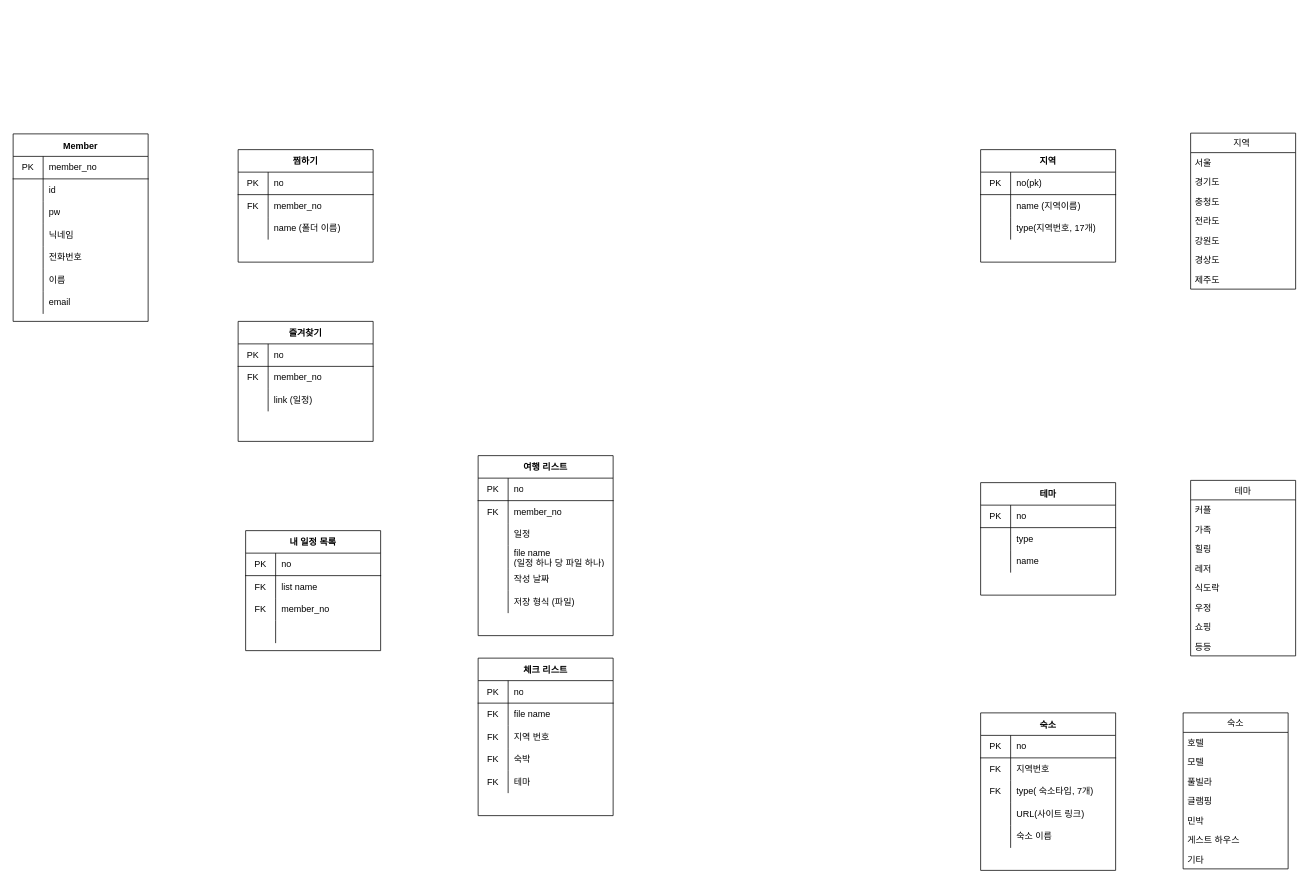
shienka07/DB_study keeps this draw.io diagram as page "Page-1" (1 of 2) of Day_04/최종.drawio. Above is the earlier version. Source tidied: cells renumbered, new cells numbered last; positions are measured from the earlier drawing's top-left corner, leaving out a move shared by most shapes. Both pictures are drawn from the tidied source at 75%, with x=0, y=0 at pixel (13, 133).
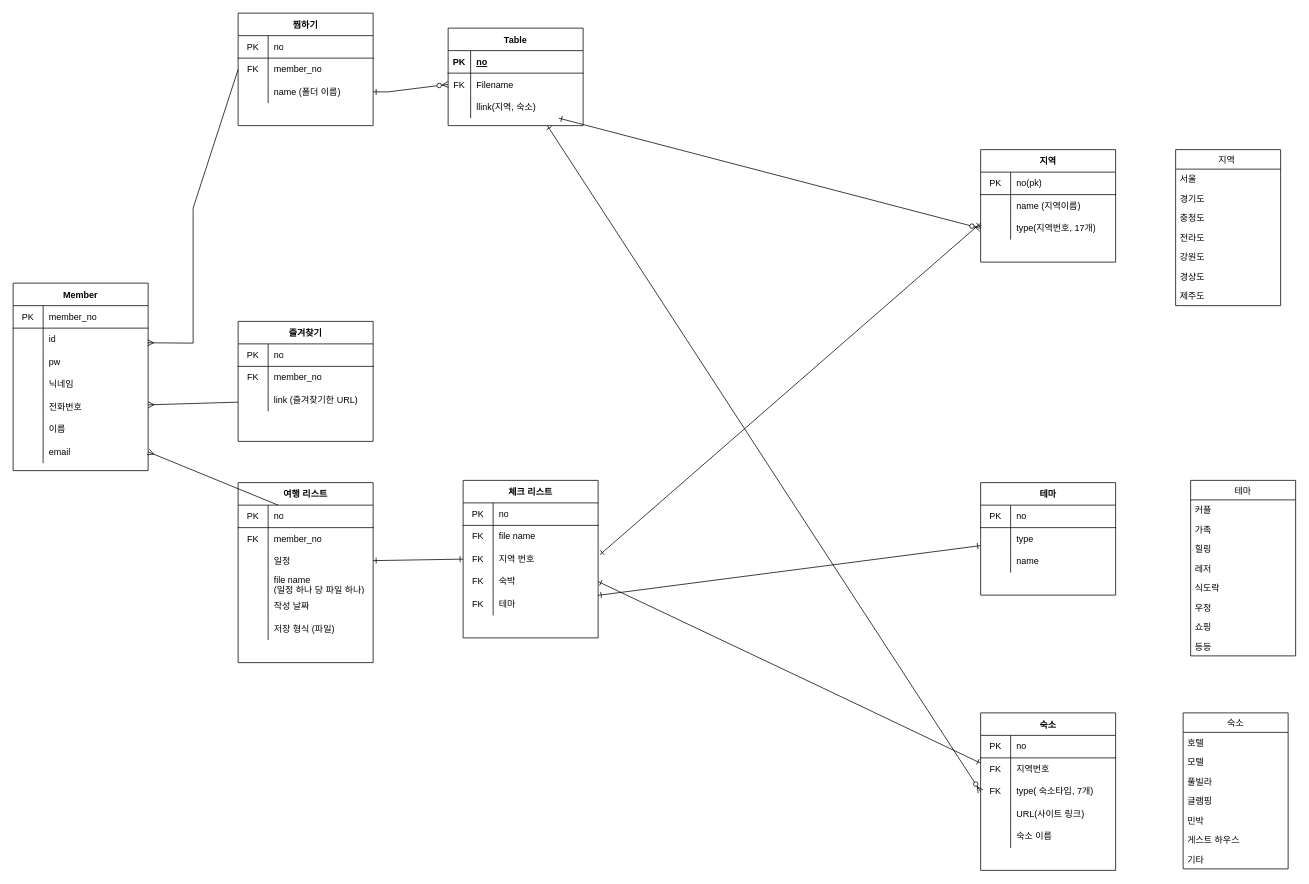
Above is the later version.

Unchanged cells that the change refers to:
```xml
<mxCell id="31" style="shape=partialRectangle;html=1;whiteSpace=wrap;fillColor=none;top=0;left=0;bottom=0;right=0;points=[[0,0.5],[1,0.5]];portConstraint=eastwest;" parent="27" vertex="1">
  <mxGeometry y="60" width="180" height="30" as="geometry" />
</mxCell>
<mxCell id="40" style="shape=partialRectangle;html=1;whiteSpace=wrap;fillColor=none;top=0;left=0;bottom=0;right=0;points=[[0,0.5],[1,0.5]];portConstraint=eastwest;" parent="27" vertex="1">
  <mxGeometry y="150" width="180" height="30" as="geometry" />
</mxCell>
<mxCell id="46" style="shape=partialRectangle;html=1;whiteSpace=wrap;fillColor=none;top=0;left=0;bottom=0;right=0;points=[[0,0.5],[1,0.5]];portConstraint=eastwest;" parent="27" vertex="1">
  <mxGeometry y="210" width="180" height="30" as="geometry" />
</mxCell>
<mxCell id="56" style="shape=partialRectangle;html=1;whiteSpace=wrap;fillColor=none;top=0;left=0;bottom=0;right=0;points=[[0,0.5],[1,0.5]];portConstraint=eastwest;" parent="49" vertex="1">
  <mxGeometry y="90" width="180" height="30" as="geometry" />
</mxCell>
<mxCell id="63" style="shape=partialRectangle;html=1;whiteSpace=wrap;fillColor=none;top=0;left=0;bottom=0;right=0;points=[[0,0.5],[1,0.5]];portConstraint=eastwest;" parent="59" vertex="1">
  <mxGeometry y="60" width="180" height="30" as="geometry" />
</mxCell>
<mxCell id="73" style="shape=partialRectangle;html=1;whiteSpace=wrap;fillColor=none;top=0;left=0;bottom=0;right=0;points=[[0,0.5],[1,0.5]];portConstraint=eastwest;" parent="69" vertex="1">
  <mxGeometry y="60" width="180" height="30" as="geometry" />
</mxCell>
<mxCell id="76" style="shape=partialRectangle;html=1;whiteSpace=wrap;fillColor=none;top=0;left=0;bottom=0;right=0;points=[[0,0.5],[1,0.5]];portConstraint=eastwest;" parent="69" vertex="1">
  <mxGeometry y="90" width="180" height="30" as="geometry" />
</mxCell>
<mxCell id="92" style="shape=partialRectangle;html=1;whiteSpace=wrap;fillColor=none;top=0;left=0;bottom=0;right=0;points=[[0,0.5],[1,0.5]];portConstraint=eastwest;" parent="85" vertex="1">
  <mxGeometry y="90" width="180" height="30" as="geometry" />
</mxCell>
<mxCell id="99" style="shape=partialRectangle;html=1;whiteSpace=wrap;fillColor=none;top=0;left=0;bottom=0;right=0;points=[[0,0.5],[1,0.5]];portConstraint=eastwest;" parent="95" vertex="1">
  <mxGeometry y="60" width="180" height="30" as="geometry" />
</mxCell>
<mxCell id="102" style="shape=partialRectangle;html=1;whiteSpace=wrap;fillColor=none;top=0;left=0;bottom=0;right=0;points=[[0,0.5],[1,0.5]];portConstraint=eastwest;" parent="95" vertex="1">
  <mxGeometry y="90" width="180" height="30" as="geometry" />
</mxCell>
<mxCell id="106" style="shape=partialRectangle;html=1;whiteSpace=wrap;fillColor=none;top=0;left=0;bottom=1;right=0;points=[[0,0.5],[1,0.5]];portConstraint=eastwest;" parent="105" vertex="1">
  <mxGeometry y="30" width="180" height="30" as="geometry" />
</mxCell>
<mxCell id="144" style="shape=partialRectangle;html=1;whiteSpace=wrap;fillColor=none;top=0;left=0;bottom=0;right=0;points=[[0,0.5],[1,0.5]];portConstraint=eastwest;" parent="137" vertex="1">
  <mxGeometry y="90" width="180" height="30" as="geometry" />
</mxCell>
<mxCell id="147" style="shape=partialRectangle;html=1;whiteSpace=wrap;fillColor=none;top=0;left=0;bottom=0;right=0;points=[[0,0.5],[1,0.5]];portConstraint=eastwest;" parent="137" vertex="1">
  <mxGeometry y="120" width="180" height="30" as="geometry" />
</mxCell>
<mxCell id="150" style="shape=partialRectangle;html=1;whiteSpace=wrap;fillColor=none;top=0;left=0;bottom=0;right=0;points=[[0,0.5],[1,0.5]];portConstraint=eastwest;" parent="137" vertex="1">
  <mxGeometry y="150" width="180" height="30" as="geometry" />
</mxCell>
```

What changed in the source:
```diff
@@
     <mxCell id="2" value="지역 " style="swimlane;fontStyle=0;horizontal=1;startSize=26;" parent="1" vertex="1">
-      <mxGeometry x="1570" width="140" height="208" as="geometry" />
+      <mxGeometry x="1550" y="22" width="140" height="208" as="geometry" />
     </mxCell>
@@
     <mxCell id="27" value="Member" style="shape=table;startSize=30;childLayout=tableLayout;rowLines=0;fontStyle=1;align=center;" parent="1" vertex="1">
-      <mxGeometry y="1" width="180" height="250" as="geometry" />
+      <mxGeometry y="200" width="180" height="250" as="geometry" />
     </mxCell>
@@
-    <mxCell id="94" value="link (일정)" style="shape=partialRectangle;html=1;whiteSpace=wrap;fillColor=none;top=0;left=0;bottom=0;right=0;align=left;spacingLeft=6;overflow=hidden;" parent="92" vertex="1">
+    <mxCell id="94" value="link (즐겨찾기한 URL)" style="shape=partialRectangle;html=1;whiteSpace=wrap;fillColor=none;top=0;left=0;bottom=0;right=0;align=left;spacingLeft=6;overflow=hidden;" parent="92" vertex="1">
       <mxGeometry x="40" width="140" height="30" as="geometry" />
     </mxCell>
     <mxCell id="95" value="찜하기" style="shape=table;startSize=30;childLayout=tableLayout;rowLines=0;fontStyle=1;align=center;" parent="1" vertex="1">
-      <mxGeometry x="300" y="22" width="180" height="150" as="geometry" />
+      <mxGeometry x="300" y="-160" width="180" height="150" as="geometry" />
     </mxCell>
@@
     <mxCell id="105" value="여행 리스트" style="shape=table;startSize=30;childLayout=tableLayout;rowLines=0;fontStyle=1;align=center;" parent="1" vertex="1">
-      <mxGeometry x="620" y="430" width="180" height="240" as="geometry" />
+      <mxGeometry x="300" y="466" width="180" height="240" as="geometry" />
     </mxCell>
@@
-    <mxCell id="124" value="내 일정 목록" style="shape=table;startSize=30;childLayout=tableLayout;rowLines=0;fontStyle=1;align=center;" parent="1" vertex="1">
-      <mxGeometry x="310" y="530" width="180" height="160" as="geometry" />
-    </mxCell>
-    <mxCell id="125" style="shape=partialRectangle;html=1;whiteSpace=wrap;fillColor=none;top=0;left=0;bottom=1;right=0;" parent="124" vertex="1">
-      <mxGeometry y="30" width="180" height="30" as="geometry" />
-    </mxCell>
-    <mxCell id="126" value="PK" style="shape=partialRectangle;html=1;whiteSpace=wrap;fillColor=none;top=0;left=0;bottom=0;right=0;overflow=hidden;" parent="125" vertex="1">
-      <mxGeometry width="40" height="30" as="geometry" />
-    </mxCell>
-    <mxCell id="127" value="no" style="shape=partialRectangle;html=1;whiteSpace=wrap;fillColor=none;top=0;left=0;bottom=0;right=0;align=left;spacingLeft=6;overflow=hidden;" parent="125" vertex="1">
-      <mxGeometry x="40" width="140" height="30" as="geometry" />
-    </mxCell>
-    <mxCell id="128" style="shape=partialRectangle;html=1;whiteSpace=wrap;fillColor=none;top=0;left=0;bottom=0;right=0;" parent="124" vertex="1">
-      <mxGeometry y="60" width="180" height="30" as="geometry" />
-    </mxCell>
-    <mxCell id="129" value="FK" style="shape=partialRectangle;html=1;whiteSpace=wrap;fillColor=none;top=0;left=0;bottom=0;right=0;overflow=hidden;" parent="128" vertex="1">
-      <mxGeometry width="40" height="30" as="geometry" />
-    </mxCell>
-    <mxCell id="130" value="list name" style="shape=partialRectangle;html=1;whiteSpace=wrap;fillColor=none;top=0;left=0;bottom=0;right=0;align=left;spacingLeft=6;overflow=hidden;" parent="128" vertex="1">
-      <mxGeometry x="40" width="140" height="30" as="geometry" />
-    </mxCell>
-    <mxCell id="131" style="shape=partialRectangle;html=1;whiteSpace=wrap;fillColor=none;top=0;left=0;bottom=0;right=0;" parent="124" vertex="1">
-      <mxGeometry y="90" width="180" height="30" as="geometry" />
-    </mxCell>
-    <mxCell id="132" value="FK" style="shape=partialRectangle;html=1;whiteSpace=wrap;fillColor=none;top=0;left=0;bottom=0;right=0;overflow=hidden;" parent="131" vertex="1">
-      <mxGeometry width="40" height="30" as="geometry" />
-    </mxCell>
-    <mxCell id="133" value="member_no" style="shape=partialRectangle;html=1;whiteSpace=wrap;fillColor=none;top=0;left=0;bottom=0;right=0;align=left;spacingLeft=6;overflow=hidden;" parent="131" vertex="1">
-      <mxGeometry x="40" width="140" height="30" as="geometry" />
-    </mxCell>
-    <mxCell id="134" style="shape=partialRectangle;html=1;whiteSpace=wrap;fillColor=none;top=0;left=0;bottom=0;right=0;" parent="124" vertex="1">
-      <mxGeometry y="120" width="180" height="30" as="geometry" />
-    </mxCell>
-    <mxCell id="135" style="shape=partialRectangle;html=1;whiteSpace=wrap;fillColor=none;top=0;left=0;bottom=0;right=0;overflow=hidden;" parent="134" vertex="1">
-      <mxGeometry width="40" height="30" as="geometry" />
-    </mxCell>
-    <mxCell id="136" style="shape=partialRectangle;html=1;whiteSpace=wrap;fillColor=none;top=0;left=0;bottom=0;right=0;align=left;spacingLeft=6;overflow=hidden;" parent="134" vertex="1">
-      <mxGeometry x="40" width="140" height="30" as="geometry" />
-    </mxCell>
     <mxCell id="137" value="체크 리스트" style="shape=table;startSize=30;childLayout=tableLayout;rowLines=0;fontStyle=1;align=center;" parent="1" vertex="1">
-      <mxGeometry x="620" y="700" width="180" height="210" as="geometry" />
+      <mxGeometry x="600" y="463" width="180" height="210" as="geometry" />
     </mxCell>
@@
+    <mxCell id="153" style="edgeStyle=none;rounded=0;jettySize=auto;html=1;endArrow=ERmany;endFill=0;entryX=0.996;entryY=0.651;entryDx=0;entryDy=0;exitX=0;exitY=0.5;exitDx=0;exitDy=0;entryPerimeter=0;" parent="1" edge="1" source="99" target="31">
+      <mxGeometry relative="1" as="geometry">
+        <Array as="points">
+          <mxPoint x="240" y="100" />
+          <mxPoint x="240" y="280" />
+        </Array>
+      </mxGeometry>
+    </mxCell>
+    <mxCell id="154" style="edgeStyle=none;rounded=0;jettySize=auto;html=1;endArrow=ERmany;endFill=0;" parent="1" edge="1" source="92" target="40">
+      <mxGeometry relative="1" as="geometry" />
+    </mxCell>
+    <mxCell id="155" style="edgeStyle=none;rounded=0;jettySize=auto;html=1;entryX=1;entryY=0.5;entryDx=0;entryDy=0;endArrow=ERmany;endFill=0;" parent="1" edge="1" source="106" target="46">
+      <mxGeometry relative="1" as="geometry" />
+    </mxCell>
+    <mxCell id="156" style="endArrow=ERone;startArrow=ERone;html=1;entryX=0;entryY=0.5;entryDx=0;entryDy=0;endFill=0;startFill=0;" parent="1" edge="1" target="144">
+      <mxGeometry relative="1" as="geometry">
+        <mxPoint x="480" y="570" as="sourcePoint" />
+      </mxGeometry>
+    </mxCell>
+    <mxCell id="157" style="edgeStyle=none;rounded=0;jettySize=auto;html=1;startArrow=ERone;startFill=0;endArrow=ERone;endFill=0;exitX=1;exitY=0.5;exitDx=0;exitDy=0;entryX=0;entryY=0.233;entryDx=0;entryDy=0;entryPerimeter=0;" parent="1" edge="1" source="147" target="73">
+      <mxGeometry relative="1" as="geometry">
+        <Array as="points">
+          <mxPoint x="1080" y="740" />
+        </Array>
+      </mxGeometry>
+    </mxCell>
+    <mxCell id="158" style="edgeStyle=none;rounded=0;jettySize=auto;html=1;entryX=0;entryY=0.267;entryDx=0;entryDy=0;entryPerimeter=0;startArrow=ERone;startFill=0;endArrow=ERone;endFill=0;exitX=1.014;exitY=0.3;exitDx=0;exitDy=0;exitPerimeter=0;" parent="1" edge="1" source="144" target="56">
+      <mxGeometry relative="1" as="geometry" />
+    </mxCell>
+    <mxCell id="159" style="edgeStyle=none;rounded=0;jettySize=auto;html=1;entryX=0;entryY=0.8;entryDx=0;entryDy=0;entryPerimeter=0;startArrow=ERone;startFill=0;endArrow=ERone;endFill=0;" parent="1" edge="1" source="150" target="63">
+      <mxGeometry relative="1" as="geometry" />
+    </mxCell>
+    <mxCell id="160" style="edgeStyle=none;rounded=0;jettySize=auto;html=1;entryX=0;entryY=0.5;entryDx=0;entryDy=0;startArrow=ERone;startFill=0;endArrow=ERzeroToMany;endFill=1;" parent="1" edge="1" source="161" target="76">
+      <mxGeometry relative="1" as="geometry" />
+    </mxCell>
+    <mxCell id="161" value="Table" style="shape=table;startSize=30;childLayout=tableLayout;rowLines=0;fontStyle=1;align=center;" parent="1" vertex="1">
+      <mxGeometry x="580" y="-140" width="180" height="130" as="geometry" />
+    </mxCell>
+    <mxCell id="162" style="shape=partialRectangle;fillColor=none;top=0;left=0;bottom=1;right=0;" parent="161" vertex="1">
+      <mxGeometry y="30" width="180" height="30" as="geometry" />
+    </mxCell>
+    <mxCell id="126" value="PK" style="shape=partialRectangle;fillColor=none;top=0;left=0;bottom=0;right=0;fontStyle=1;overflow=hidden;" parent="162" vertex="1">
+      <mxGeometry width="30" height="30" as="geometry" />
+    </mxCell>
+    <mxCell id="127" value="no" style="shape=partialRectangle;fillColor=none;top=0;left=0;bottom=0;right=0;align=left;spacingLeft=6;fontStyle=5;overflow=hidden;" parent="162" vertex="1">
+      <mxGeometry x="30" width="150" height="30" as="geometry" />
+    </mxCell>
+    <mxCell id="163" style="shape=partialRectangle;fillColor=none;top=0;left=0;bottom=0;right=0;points=[[0,0.5],[1,0.5]];portConstraint=eastwest;" parent="161" vertex="1">
+      <mxGeometry y="60" width="180" height="30" as="geometry" />
+    </mxCell>
+    <mxCell id="164" value="FK" style="shape=partialRectangle;fillColor=none;top=0;left=0;bottom=0;right=0;overflow=hidden;" parent="163" vertex="1">
+      <mxGeometry width="30" height="30" as="geometry" />
+    </mxCell>
+    <mxCell id="165" value="Filename" style="shape=partialRectangle;fillColor=none;top=0;left=0;bottom=0;right=0;align=left;spacingLeft=6;overflow=hidden;" parent="163" vertex="1">
+      <mxGeometry x="30" width="150" height="30" as="geometry" />
+    </mxCell>
+    <mxCell id="166" style="shape=partialRectangle;fillColor=none;top=0;left=0;bottom=0;right=0;points=[[0,0.5],[1,0.5]];portConstraint=eastwest;" parent="161" vertex="1">
+      <mxGeometry y="90" width="180" height="30" as="geometry" />
+    </mxCell>
+    <mxCell id="167" style="shape=partialRectangle;fillColor=none;top=0;left=0;bottom=0;right=0;overflow=hidden;" parent="166" vertex="1">
+      <mxGeometry width="30" height="30" as="geometry" />
+    </mxCell>
+    <mxCell id="168" value="llink(지역, 숙소)" style="shape=partialRectangle;fillColor=none;top=0;left=0;bottom=0;right=0;align=left;spacingLeft=6;overflow=hidden;" parent="166" vertex="1">
+      <mxGeometry x="30" width="150" height="30" as="geometry" />
+    </mxCell>
+    <mxCell id="169" style="edgeStyle=none;rounded=0;jettySize=auto;html=1;entryX=0;entryY=0.5;entryDx=0;entryDy=0;startArrow=ERone;startFill=0;endArrow=ERzeroToMany;endFill=1;" parent="1" edge="1" source="102" target="163">
+      <mxGeometry relative="1" as="geometry">
+        <Array as="points">
+          <mxPoint x="500" y="-55" />
+        </Array>
+      </mxGeometry>
+    </mxCell>
+    <mxCell id="170" style="edgeStyle=none;rounded=0;jettySize=auto;html=1;entryX=0;entryY=0.5;entryDx=0;entryDy=0;startArrow=ERone;startFill=0;endArrow=ERzeroToMany;endFill=1;" parent="1" edge="1" source="166" target="56">
+      <mxGeometry relative="1" as="geometry" />
+    </mxCell>
```
